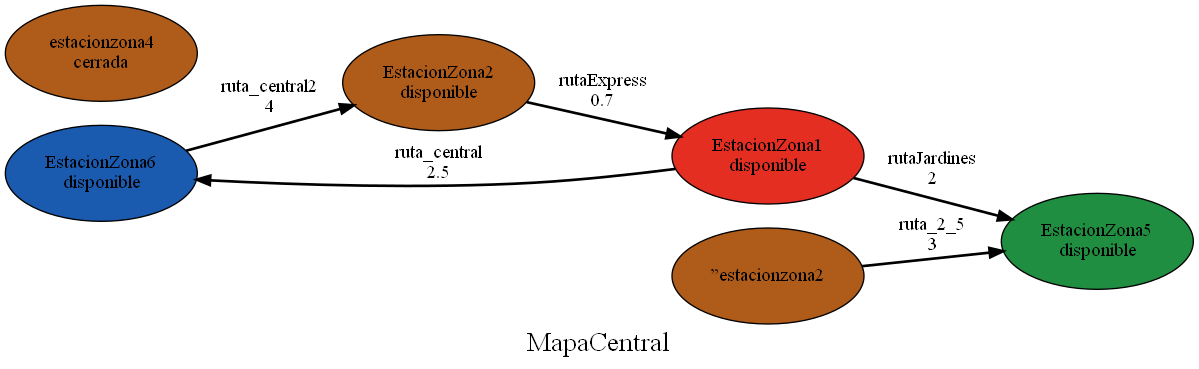
Earlier version of the Graphviz export Images/Ruta.gv.png (AdrianMolina2000/-LF-Proyecto1). Its source is kept beside it as Images/Ruta.gv.
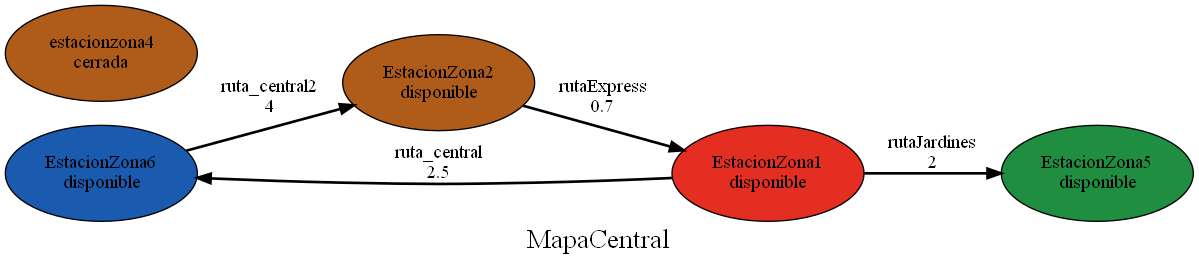
The same diagram one commit later.

Change to the diagram source:
```diff
@@ -22,8 +22,6 @@
 0.7" style=bold]
 	estacionzona1 -> estacionzona5 [label="rutaJardines
 2" style=bold]
-	"”estacionzona2" -> estacionzona5 [label="ruta_2_5
-3" style=bold]
 	overlap=false
 	label=MapaCentral
 	fontsize=20
```
